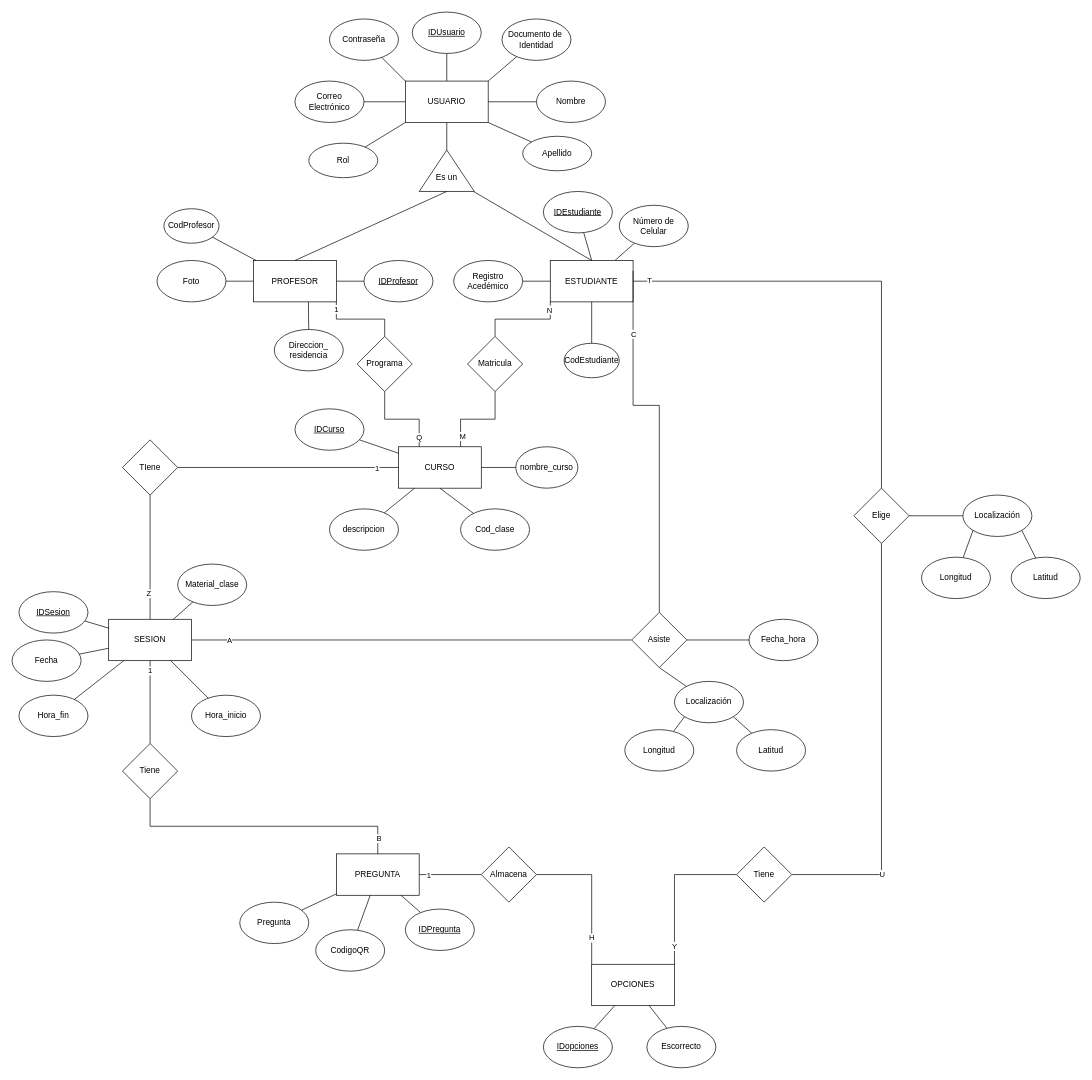
The draw.io diagram Attenzio Entidad-Relación_02.drawio in 18luisc/Attenzio, before the edit. Source tidied: cells renumbered, new cells numbered last; positions are measured from the earlier drawing's top-left corner, leaving out a move shared by most shapes. Both pictures are drawn from the tidied source at 69%, with x=0, y=0 at pixel (12, 12).
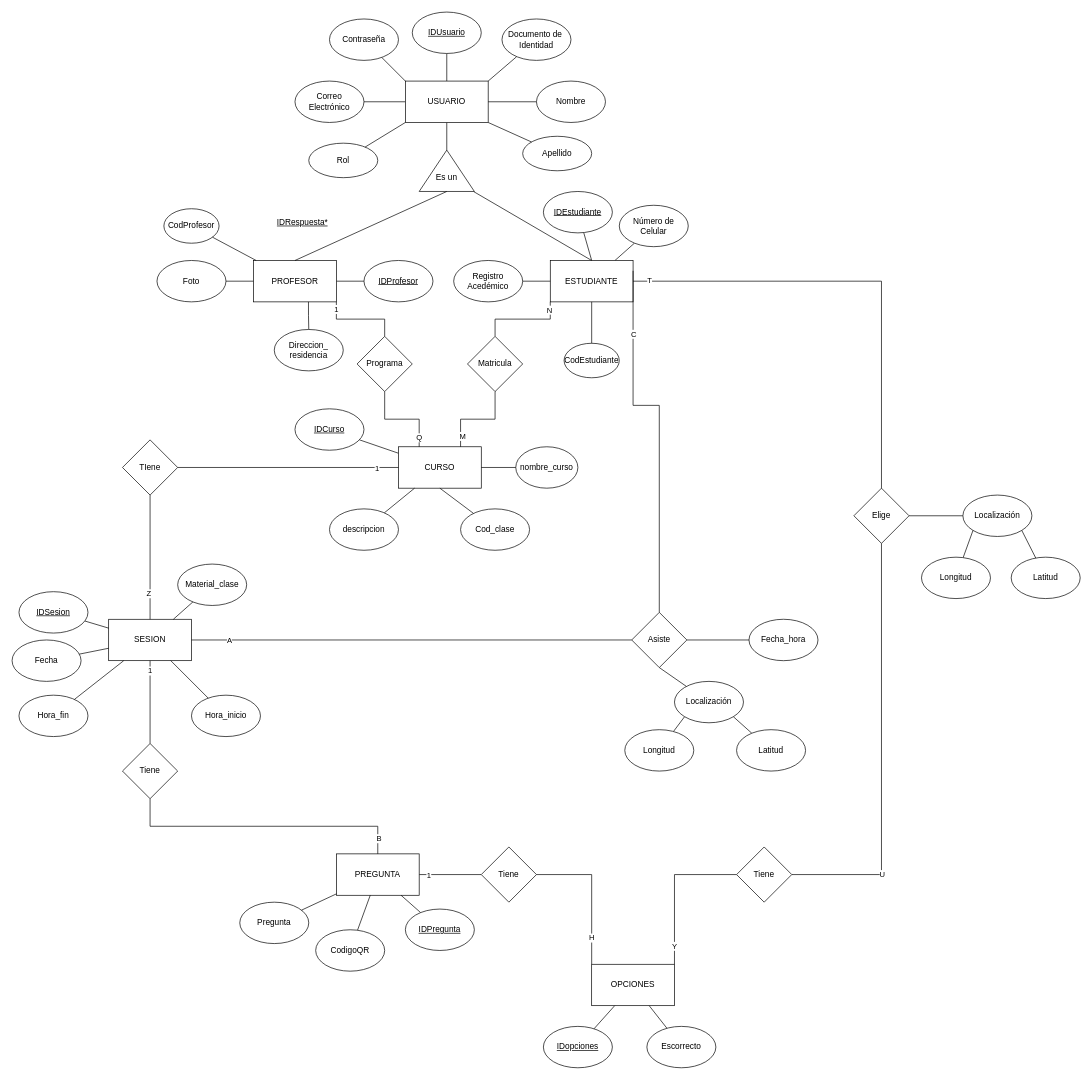
The same page after the edit.

Change to the diagram source:
```diff
@@
-    <mxCell id="87" value="Almacena" style="rhombus;whiteSpace=wrap;html=1;" parent="1" vertex="1">
+    <mxCell id="87" value="Tiene" style="rhombus;whiteSpace=wrap;html=1;" parent="1" vertex="1">
       <mxGeometry x="680" y="1210" width="80" height="80" as="geometry" />
     </mxCell>
@@
+    <mxCell id="124" value="&lt;u&gt;IDRespuesta*&lt;/u&gt;" style="text;strokeColor=none;fillColor=none;align=left;verticalAlign=middle;spacingLeft=4;spacingRight=4;overflow=hidden;whiteSpace=wrap;html=1;" parent="1" vertex="1">
+      <mxGeometry x="378" y="290" width="160" height="30" as="geometry" />
+    </mxCell>
```
